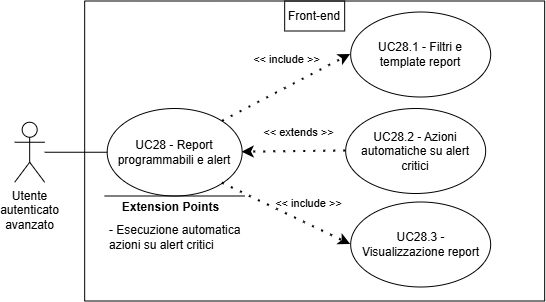
SkarabGroup/DocumentazioneProgetto keeps this draw.io diagram as assets/diagrams/UC28.png. Above is the earlier version. Source tidied: cells renumbered, new cells last; positions are measured from the earlier drawing's top-left corner, leaving out a move shared by most shapes.
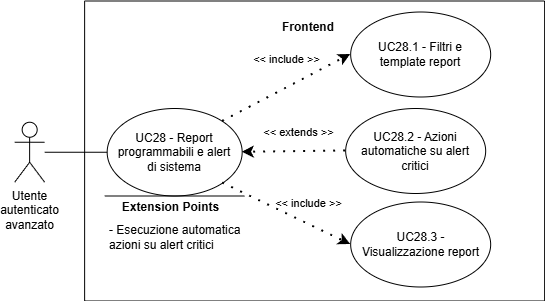
The same diagram one commit later.

Change to the diagram source:
```diff
@@ -61,11 +61,11 @@
     <mxCell id="18" value="UC28.3 - Visualizzazione report" style="text;html=1;align=center;verticalAlign=middle;whiteSpace=wrap;rounded=0;" parent="3" vertex="1">
       <mxGeometry x="275.5" y="207.8" width="121" height="71.5" as="geometry" />
     </mxCell>
-    <mxCell id="19" value="&lt;div style=&quot;&quot;&gt;UC28 - Report programmabili e alert&lt;/div&gt;" style="text;html=1;align=center;verticalAlign=middle;whiteSpace=wrap;rounded=0;" parent="3" vertex="1">
+    <mxCell id="19" value="&lt;div style=&quot;&quot;&gt;UC28 - Report programmabili e alert di sistema&lt;/div&gt;" style="text;html=1;align=center;verticalAlign=middle;whiteSpace=wrap;rounded=0;" parent="3" vertex="1">
       <mxGeometry x="28.1" y="116.2" width="123.8" height="70" as="geometry" />
     </mxCell>
-    <mxCell id="20" value="Front-end" style="text;html=1;align=center;verticalAlign=middle;whiteSpace=wrap;rounded=0;perimeterSpacing=1;strokeColor=default;" parent="3" vertex="1">
-      <mxGeometry x="200" width="60" height="30" as="geometry" />
-    </mxCell>
+    <mxCell id="21" value="&lt;b&gt;Frontend&lt;/b&gt;" style="text;html=1;whiteSpace=wrap;strokeColor=none;fillColor=none;align=center;verticalAlign=middle;rounded=0;" parent="3" vertex="1">
+      <mxGeometry x="193.8" y="11" width="60" height="30" as="geometry" />
+    </mxCell>
   </root>
 </mxGraphModel>
```
